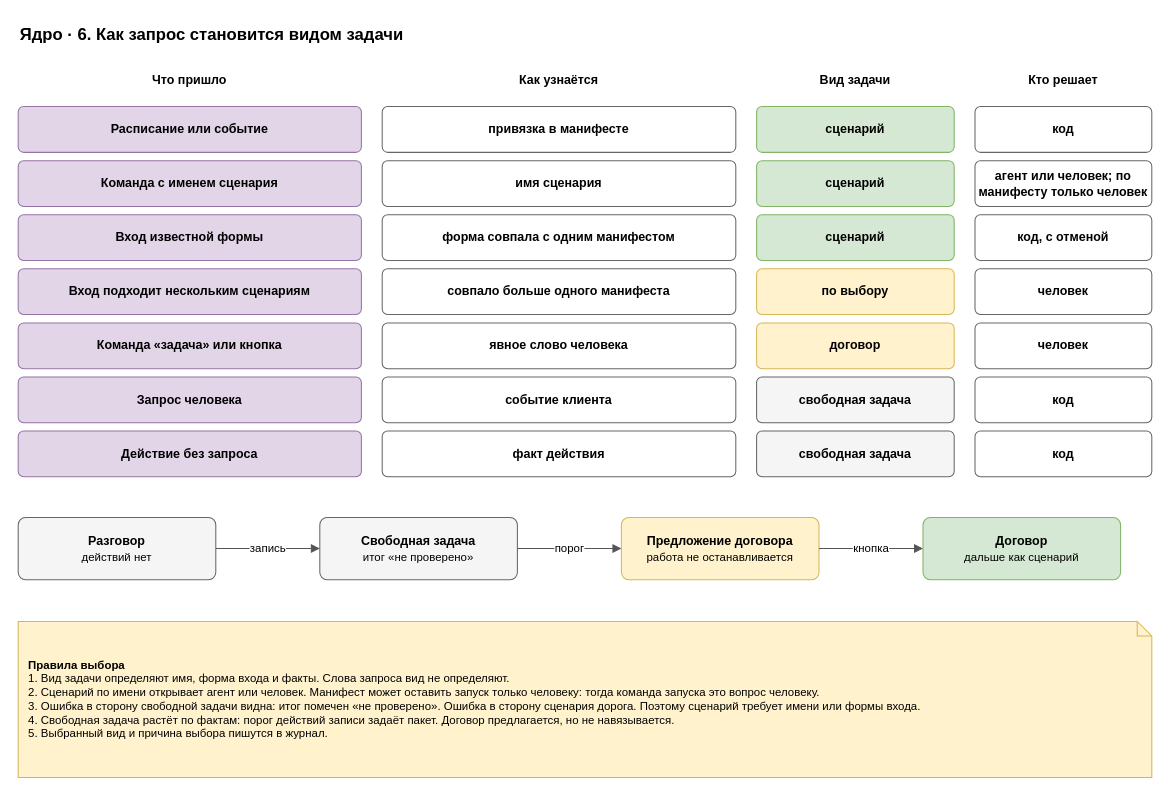
Above: page "6. Вид задачи" (6 of 7) of docs/spec/harness-core.drawio in roygkov/reins (draw.io), before the change. Source tidied: cells renumbered, new cells numbered last; positions are measured from the earlier drawing's top-left corner, leaving out a move shared by most shapes. Both pictures are drawn from the tidied source at 104%, with x=0, y=0 at pixel (18, 18).
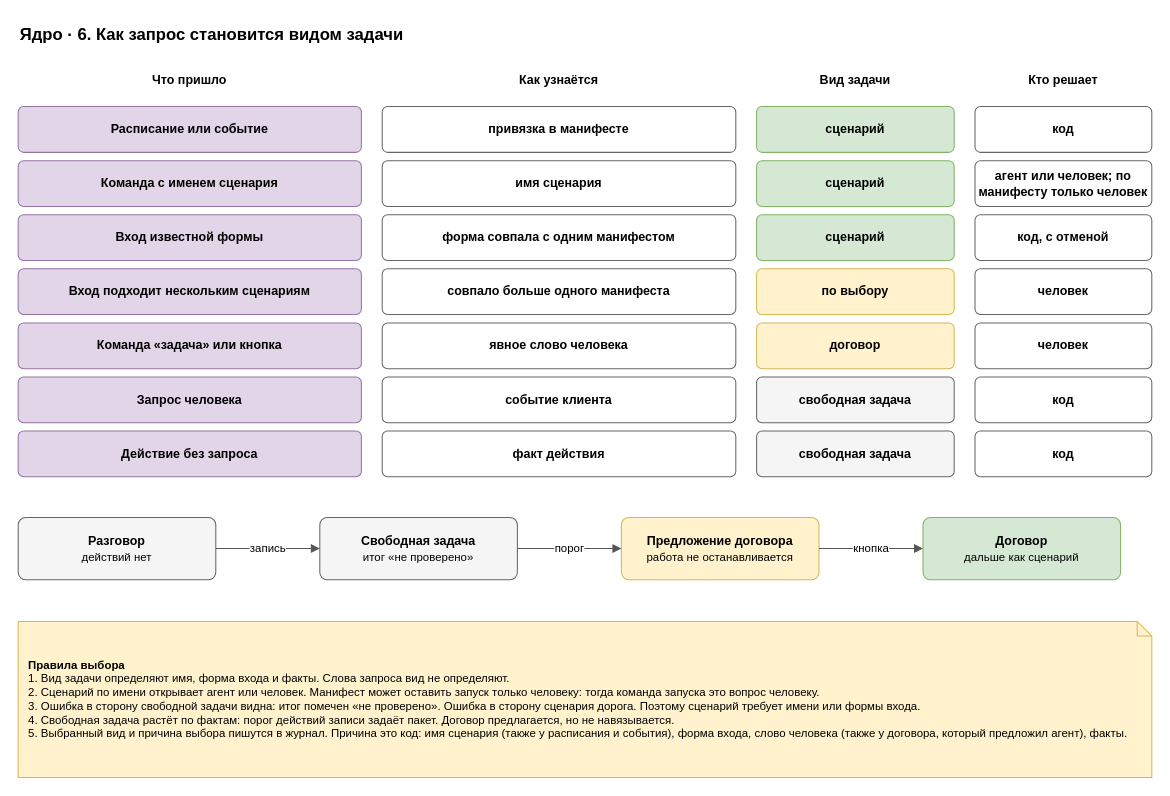
The same page after the edit.

Change to the diagram source:
```diff
@@
-    <mxCell id="42" value="&lt;b&gt;Правила выбора&lt;/b&gt;&lt;br&gt;1. Вид задачи определяют имя, форма входа и факты. Слова запроса вид не определяют.&lt;br&gt;2. Сценарий по имени открывает агент или человек. Манифест может оставить запуск только человеку: тогда команда запуска это вопрос человеку.&lt;br&gt;3. Ошибка в сторону свободной задачи видна: итог помечен «не проверено». Ошибка в сторону сценария дорога. Поэтому сценарий требует имени или формы входа.&lt;br&gt;4. Свободная задача растёт по фактам: порог действий записи задаёт пакет. Договор предлагается, но не навязывается.&lt;br&gt;5. Выбранный вид и причина выбора пишутся в журнал." style="shape=note;whiteSpace=wrap;html=1;backgroundOutline=1;size=14;fillColor=#fff2cc;strokeColor=#d6b656;align=left;spacingLeft=8;spacingRight=8;fontSize=11;" parent="1" vertex="1">
+    <mxCell id="42" value="&lt;b&gt;Правила выбора&lt;/b&gt;&lt;br&gt;1. Вид задачи определяют имя, форма входа и факты. Слова запроса вид не определяют.&lt;br&gt;2. Сценарий по имени открывает агент или человек. Манифест может оставить запуск только человеку: тогда команда запуска это вопрос человеку.&lt;br&gt;3. Ошибка в сторону свободной задачи видна: итог помечен «не проверено». Ошибка в сторону сценария дорога. Поэтому сценарий требует имени или формы входа.&lt;br&gt;4. Свободная задача растёт по фактам: порог действий записи задаёт пакет. Договор предлагается, но не навязывается.&lt;br&gt;5. Выбранный вид и причина выбора пишутся в журнал. Причина это код: имя сценария (также у расписания и события), форма входа, слово человека (также у договора, который предложил агент), факты." style="shape=note;whiteSpace=wrap;html=1;backgroundOutline=1;size=14;fillColor=#fff2cc;strokeColor=#d6b656;align=left;spacingLeft=8;spacingRight=8;fontSize=11;" parent="1" vertex="1">
       <mxGeometry y="580" width="1090" height="150" as="geometry" />
     </mxCell>
```
